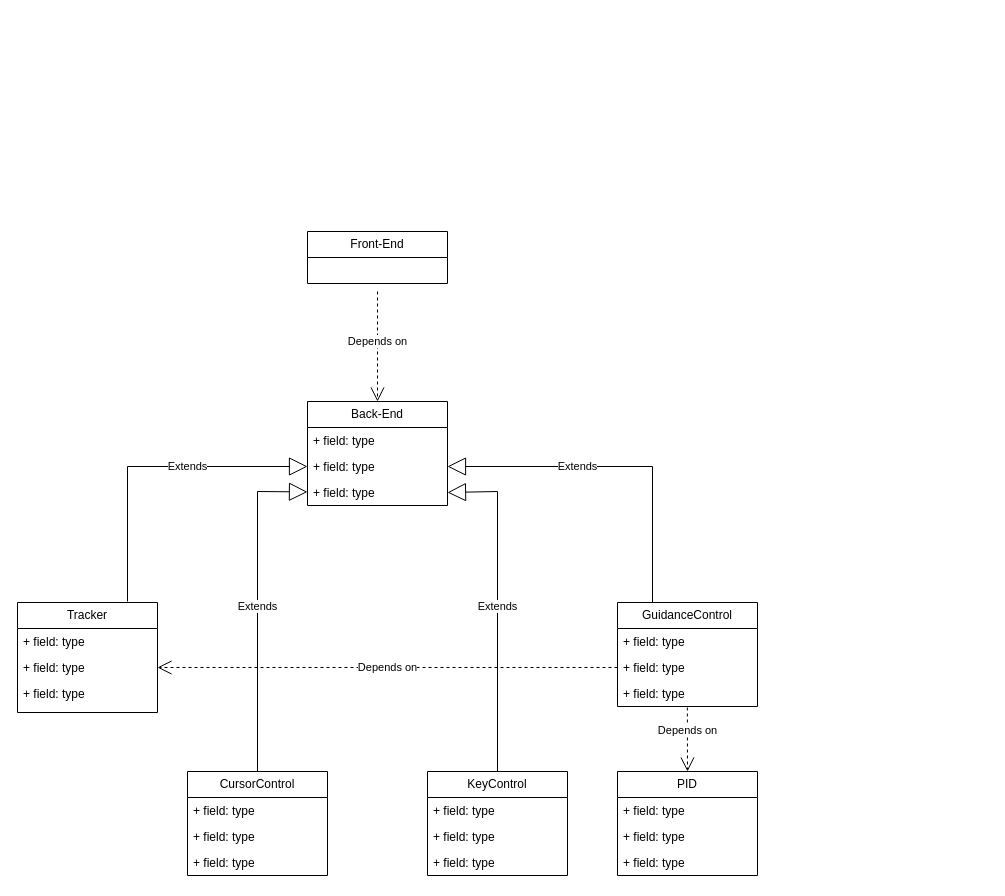
Before: design/PGD_UML_CLASS.drawio in S-Khos/Precision-Guided-Loitering-Drone, a draw.io diagram. Source tidied: cells renumbered, new cells numbered last; positions are measured from the earlier drawing's top-left corner, leaving out a move shared by most shapes. Both pictures are drawn from the tidied source at 100%, with x=0, y=0 at pixel (17, 231).
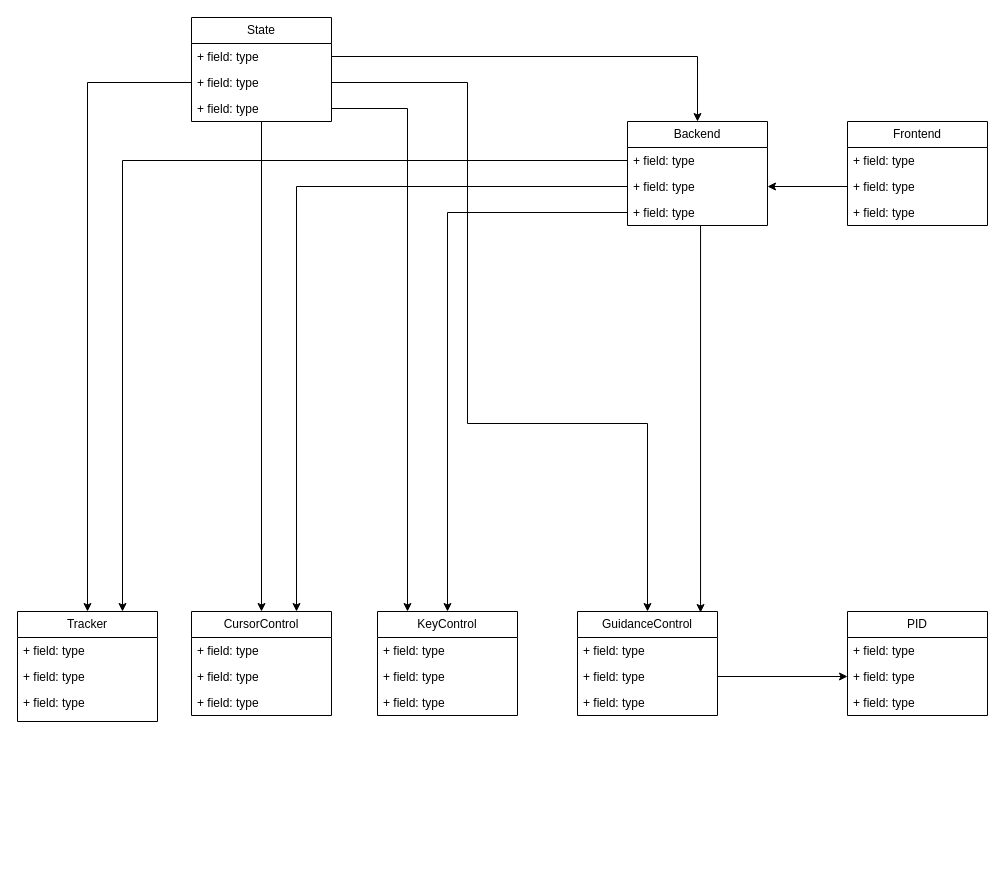
The same diagram, later.

The change refers to these unchanged cells:
```xml
<mxCell id="3" value="+ field: type" style="text;strokeColor=none;fillColor=none;align=left;verticalAlign=top;spacingLeft=4;spacingRight=4;overflow=hidden;points=[[0,0.5],[1,0.5]];portConstraint=eastwest;whiteSpace=wrap;html=1;" parent="2" vertex="1">
  <mxGeometry y="26" width="140" height="26" as="geometry" />
</mxCell>
<mxCell id="4" value="+ field: type" style="text;strokeColor=none;fillColor=none;align=left;verticalAlign=top;spacingLeft=4;spacingRight=4;overflow=hidden;points=[[0,0.5],[1,0.5]];portConstraint=eastwest;whiteSpace=wrap;html=1;" parent="2" vertex="1">
  <mxGeometry y="52" width="140" height="26" as="geometry" />
</mxCell>
<mxCell id="5" value="+ field: type" style="text;strokeColor=none;fillColor=none;align=left;verticalAlign=top;spacingLeft=4;spacingRight=4;overflow=hidden;points=[[0,0.5],[1,0.5]];portConstraint=eastwest;whiteSpace=wrap;html=1;" parent="2" vertex="1">
  <mxGeometry y="78" width="140" height="26" as="geometry" />
</mxCell>
<mxCell id="9" value="+ field: type" style="text;strokeColor=none;fillColor=none;align=left;verticalAlign=top;spacingLeft=4;spacingRight=4;overflow=hidden;points=[[0,0.5],[1,0.5]];portConstraint=eastwest;whiteSpace=wrap;html=1;" parent="7" vertex="1">
  <mxGeometry y="52" width="140" height="26" as="geometry" />
</mxCell>
<mxCell id="13" value="+ field: type" style="text;strokeColor=none;fillColor=none;align=left;verticalAlign=top;spacingLeft=4;spacingRight=4;overflow=hidden;points=[[0,0.5],[1,0.5]];portConstraint=eastwest;whiteSpace=wrap;html=1;" parent="11" vertex="1">
  <mxGeometry y="52" width="140" height="26" as="geometry" />
</mxCell>
<mxCell id="14" value="+ field: type" style="text;strokeColor=none;fillColor=none;align=left;verticalAlign=top;spacingLeft=4;spacingRight=4;overflow=hidden;points=[[0,0.5],[1,0.5]];portConstraint=eastwest;whiteSpace=wrap;html=1;" parent="11" vertex="1">
  <mxGeometry y="78" width="140" height="26" as="geometry" />
</mxCell>
<mxCell id="32" value="+ field: type" style="text;strokeColor=none;fillColor=none;align=left;verticalAlign=top;spacingLeft=4;spacingRight=4;overflow=hidden;points=[[0,0.5],[1,0.5]];portConstraint=eastwest;whiteSpace=wrap;html=1;" parent="30" vertex="1">
  <mxGeometry y="52" width="140" height="26" as="geometry" />
</mxCell>
```

Change to the diagram source:
```diff
@@
-    <mxCell id="2" value="Back-End" style="swimlane;fontStyle=0;horizontal=1;startSize=26;fillColor=none;whiteSpace=wrap;html=1;" parent="1" vertex="1">
-      <mxGeometry x="290" y="170" width="140" height="104" as="geometry" />
+    <mxCell id="2" value="Backend" style="swimlane;fontStyle=0;horizontal=1;startSize=26;fillColor=none;whiteSpace=wrap;html=1;" parent="1" vertex="1">
+      <mxGeometry x="610" y="-110" width="140" height="104" as="geometry" />
     </mxCell>
@@
-    <mxCell id="6" value="Front-End" style="swimlane;fontStyle=0;horizontal=1;startSize=26;fillColor=none;whiteSpace=wrap;html=1;" parent="1" vertex="1">
-      <mxGeometry x="290" width="140" height="52" as="geometry" />
-    </mxCell>
     <mxCell id="7" value="Tracker" style="swimlane;fontStyle=0;horizontal=1;startSize=26;fillColor=none;whiteSpace=wrap;html=1;" parent="1" vertex="1">
-      <mxGeometry y="371" width="140" height="110" as="geometry" />
+      <mxGeometry y="380" width="140" height="110" as="geometry" />
     </mxCell>
@@
     <mxCell id="11" value="GuidanceControl" style="swimlane;fontStyle=0;horizontal=1;startSize=26;fillColor=none;whiteSpace=wrap;html=1;" parent="1" vertex="1">
-      <mxGeometry x="600" y="371" width="140" height="104" as="geometry" />
+      <mxGeometry x="560" y="380" width="140" height="104" as="geometry" />
     </mxCell>
@@
     <mxCell id="15" value="KeyControl" style="swimlane;fontStyle=0;horizontal=1;startSize=26;fillColor=none;whiteSpace=wrap;html=1;" parent="1" vertex="1">
-      <mxGeometry x="410" y="540" width="140" height="104" as="geometry" />
+      <mxGeometry x="360" y="380" width="140" height="104" as="geometry" />
     </mxCell>
@@
     <mxCell id="19" value="CursorControl" style="swimlane;fontStyle=0;horizontal=1;startSize=26;fillColor=none;whiteSpace=wrap;html=1;" parent="1" vertex="1">
-      <mxGeometry x="170" y="540" width="140" height="104" as="geometry" />
+      <mxGeometry x="174" y="380" width="140" height="104" as="geometry" />
     </mxCell>
@@
-    <mxCell id="23" value="Depends on" style="endArrow=open;endSize=12;dashed=1;html=1;rounded=0;exitX=0.499;exitY=1.038;exitDx=0;exitDy=0;exitPerimeter=0;entryX=0.5;entryY=0;entryDx=0;entryDy=0;" parent="1" edge="1" source="14" target="30">
-      <mxGeometry x="-0.28" relative="1" as="geometry" />
-    </mxCell>
-    <mxCell id="24" value="Extends" style="endArrow=block;endSize=16;endFill=0;html=1;rounded=0;exitX=0.5;exitY=0;exitDx=0;exitDy=0;" parent="1" edge="1" source="19" target="5">
-      <mxGeometry relative="1" as="geometry">
-        <Array as="points">
-          <mxPoint x="240" y="260" />
-        </Array>
-      </mxGeometry>
-    </mxCell>
-    <mxCell id="25" value="Extends" style="endArrow=block;endSize=16;endFill=0;html=1;rounded=0;exitX=0.5;exitY=0;exitDx=0;exitDy=0;entryX=1;entryY=0.5;entryDx=0;entryDy=0;" parent="1" edge="1" source="15" target="5">
-      <mxGeometry relative="1" as="geometry">
-        <Array as="points">
-          <mxPoint x="480" y="260" />
-        </Array>
-      </mxGeometry>
-    </mxCell>
-    <mxCell id="26" value="Extends" style="endArrow=block;endSize=16;endFill=0;html=1;rounded=0;entryX=0;entryY=0.5;entryDx=0;entryDy=0;" parent="1" edge="1" target="4">
-      <mxGeometry x="0.24" relative="1" as="geometry">
-        <mxPoint x="110" y="370" as="sourcePoint" />
-        <Array as="points">
-          <mxPoint x="110" y="235" />
-        </Array>
-      </mxGeometry>
-    </mxCell>
-    <mxCell id="27" value="Extends" style="endArrow=block;endSize=16;endFill=0;html=1;rounded=0;entryX=1;entryY=0.5;entryDx=0;entryDy=0;exitX=0.25;exitY=0;exitDx=0;exitDy=0;" parent="1" edge="1" source="11" target="4">
-      <mxGeometry x="0.24" relative="1" as="geometry">
-        <Array as="points">
-          <mxPoint x="635" y="235" />
-        </Array>
-      </mxGeometry>
-    </mxCell>
-    <mxCell id="28" value="Depends on" style="endArrow=open;endSize=12;dashed=1;html=1;rounded=0;exitX=0;exitY=0.5;exitDx=0;exitDy=0;" parent="1" edge="1" source="13" target="9">
-      <mxGeometry relative="1" as="geometry" />
-    </mxCell>
-    <mxCell id="29" value="Depends on" style="endArrow=open;endSize=12;dashed=1;html=1;rounded=0;" parent="1" edge="1">
-      <mxGeometry x="-0.09" relative="1" as="geometry">
-        <mxPoint x="360" y="60" as="sourcePoint" />
-        <mxPoint x="360" y="170" as="targetPoint" />
-      </mxGeometry>
-    </mxCell>
     <mxCell id="30" value="PID" style="swimlane;fontStyle=0;horizontal=1;startSize=26;fillColor=none;whiteSpace=wrap;html=1;" parent="1" vertex="1">
-      <mxGeometry x="600" y="540" width="140" height="104" as="geometry" />
+      <mxGeometry x="830" y="380" width="140" height="104" as="geometry" />
     </mxCell>
@@
+    <mxCell id="34" value="Frontend" style="swimlane;fontStyle=0;horizontal=1;startSize=26;fillColor=none;whiteSpace=wrap;html=1;" parent="1" vertex="1">
+      <mxGeometry x="830" y="-110" width="140" height="104" as="geometry" />
+    </mxCell>
+    <mxCell id="35" value="+ field: type" style="text;strokeColor=none;fillColor=none;align=left;verticalAlign=top;spacingLeft=4;spacingRight=4;overflow=hidden;whiteSpace=wrap;html=1;" parent="34" vertex="1">
+      <mxGeometry y="26" width="140" height="26" as="geometry" />
+    </mxCell>
+    <mxCell id="36" value="+ field: type" style="text;strokeColor=none;fillColor=none;align=left;verticalAlign=top;spacingLeft=4;spacingRight=4;overflow=hidden;points=[[0,0.5],[1,0.5]];portConstraint=eastwest;whiteSpace=wrap;html=1;" parent="34" vertex="1">
+      <mxGeometry y="52" width="140" height="26" as="geometry" />
+    </mxCell>
+    <mxCell id="37" value="+ field: type" style="text;strokeColor=none;fillColor=none;align=left;verticalAlign=top;spacingLeft=4;spacingRight=4;overflow=hidden;whiteSpace=wrap;html=1;" parent="34" vertex="1">
+      <mxGeometry y="78" width="140" height="26" as="geometry" />
+    </mxCell>
+    <mxCell id="38" style="edgeStyle=orthogonalEdgeStyle;rounded=0;jettySize=auto;html=1;entryX=0.5;entryY=0;entryDx=0;entryDy=0;" parent="1" edge="1" source="39" target="19">
+      <mxGeometry relative="1" as="geometry" />
+    </mxCell>
+    <mxCell id="39" value="State" style="swimlane;fontStyle=0;horizontal=1;startSize=26;fillColor=none;whiteSpace=wrap;html=1;" parent="1" vertex="1">
+      <mxGeometry x="174" y="-214" width="140" height="104" as="geometry" />
+    </mxCell>
+    <mxCell id="40" value="+ field: type" style="text;strokeColor=none;fillColor=none;align=left;verticalAlign=top;spacingLeft=4;spacingRight=4;overflow=hidden;points=[[0,0.5],[1,0.5]];portConstraint=eastwest;whiteSpace=wrap;html=1;" parent="39" vertex="1">
+      <mxGeometry y="26" width="140" height="26" as="geometry" />
+    </mxCell>
+    <mxCell id="41" value="+ field: type" style="text;strokeColor=none;fillColor=none;align=left;verticalAlign=top;spacingLeft=4;spacingRight=4;overflow=hidden;points=[[0,0.5],[1,0.5]];portConstraint=eastwest;whiteSpace=wrap;html=1;" parent="39" vertex="1">
+      <mxGeometry y="52" width="140" height="26" as="geometry" />
+    </mxCell>
+    <mxCell id="42" value="+ field: type" style="text;strokeColor=none;fillColor=none;align=left;verticalAlign=top;spacingLeft=4;spacingRight=4;overflow=hidden;points=[[0,0.5],[1,0.5]];portConstraint=eastwest;whiteSpace=wrap;html=1;" parent="39" vertex="1">
+      <mxGeometry y="78" width="140" height="26" as="geometry" />
+    </mxCell>
+    <mxCell id="43" style="edgeStyle=orthogonalEdgeStyle;rounded=0;jettySize=auto;html=1;" parent="1" edge="1" source="41" target="7">
+      <mxGeometry relative="1" as="geometry" />
+    </mxCell>
+    <mxCell id="44" style="edgeStyle=orthogonalEdgeStyle;rounded=0;jettySize=auto;html=1;exitX=1;exitY=0.5;exitDx=0;exitDy=0;" parent="1" edge="1" source="42">
+      <mxGeometry relative="1" as="geometry">
+        <mxPoint x="390" y="380" as="targetPoint" />
+        <Array as="points">
+          <mxPoint x="390" y="-123" />
+          <mxPoint x="390" y="380" />
+        </Array>
+      </mxGeometry>
+    </mxCell>
+    <mxCell id="45" style="edgeStyle=orthogonalEdgeStyle;rounded=0;jettySize=auto;html=1;entryX=0.5;entryY=0;entryDx=0;entryDy=0;" parent="1" edge="1" source="41" target="11">
+      <mxGeometry relative="1" as="geometry">
+        <Array as="points">
+          <mxPoint x="450" y="-149" />
+          <mxPoint x="450" y="192" />
+          <mxPoint x="630" y="192" />
+        </Array>
+      </mxGeometry>
+    </mxCell>
+    <mxCell id="46" style="edgeStyle=orthogonalEdgeStyle;rounded=0;jettySize=auto;html=1;entryX=0.5;entryY=0;entryDx=0;entryDy=0;" parent="1" edge="1" source="40" target="2">
+      <mxGeometry relative="1" as="geometry" />
+    </mxCell>
+    <mxCell id="47" style="edgeStyle=orthogonalEdgeStyle;rounded=0;jettySize=auto;html=1;entryX=0;entryY=0.5;entryDx=0;entryDy=0;" parent="1" edge="1" source="13" target="32">
+      <mxGeometry relative="1" as="geometry" />
+    </mxCell>
+    <mxCell id="48" style="edgeStyle=orthogonalEdgeStyle;rounded=0;jettySize=auto;html=1;entryX=1;entryY=0.5;entryDx=0;entryDy=0;" parent="1" edge="1" source="36" target="4">
+      <mxGeometry relative="1" as="geometry" />
+    </mxCell>
+    <mxCell id="49" style="edgeStyle=orthogonalEdgeStyle;rounded=0;jettySize=auto;html=1;entryX=0.75;entryY=0;entryDx=0;entryDy=0;exitX=0;exitY=0.5;exitDx=0;exitDy=0;" parent="1" edge="1" source="3" target="7">
+      <mxGeometry relative="1" as="geometry" />
+    </mxCell>
+    <mxCell id="50" style="edgeStyle=orthogonalEdgeStyle;rounded=0;jettySize=auto;html=1;exitX=0;exitY=0.5;exitDx=0;exitDy=0;entryX=0.5;entryY=0;entryDx=0;entryDy=0;" parent="1" edge="1" source="5" target="15">
+      <mxGeometry relative="1" as="geometry" />
+    </mxCell>
+    <mxCell id="51" style="edgeStyle=orthogonalEdgeStyle;rounded=0;jettySize=auto;html=1;entryX=0.879;entryY=0.01;entryDx=0;entryDy=0;entryPerimeter=0;" parent="1" edge="1" source="5" target="11">
+      <mxGeometry relative="1" as="geometry">
+        <Array as="points">
+          <mxPoint x="683" y="-19" />
+        </Array>
+      </mxGeometry>
+    </mxCell>
+    <mxCell id="52" style="edgeStyle=orthogonalEdgeStyle;rounded=0;jettySize=auto;html=1;entryX=0.75;entryY=0;entryDx=0;entryDy=0;" parent="1" edge="1" source="4" target="19">
+      <mxGeometry relative="1" as="geometry" />
+    </mxCell>
```
